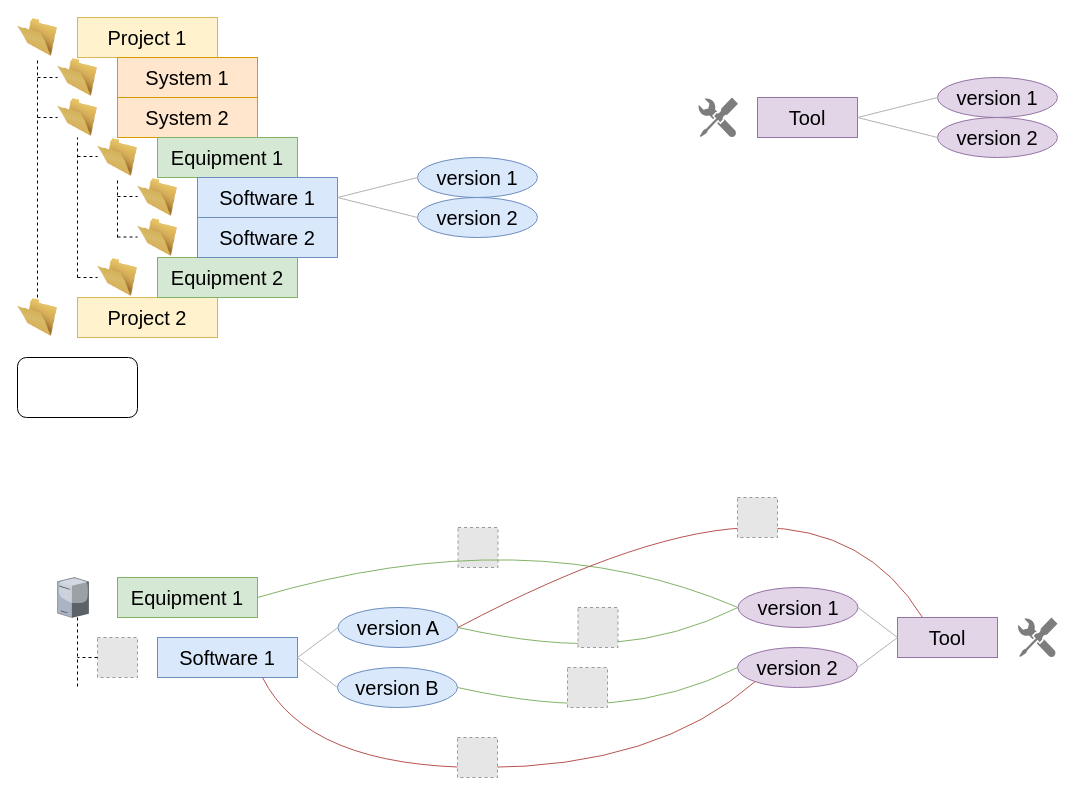
The draw.io diagram page "concepts" (9 of 9) of toolsDB.drawio in behej/toolsDB, before the edit. Source tidied: cells renumbered, new cells numbered last; positions are measured from the earlier drawing's top-left corner, leaving out a move shared by most shapes. Both pictures are drawn from the tidied source at 100%, with x=0, y=0 at pixel (17, 17). Pictures stored in the file or linked from it are replaced by grey dashed boxes.
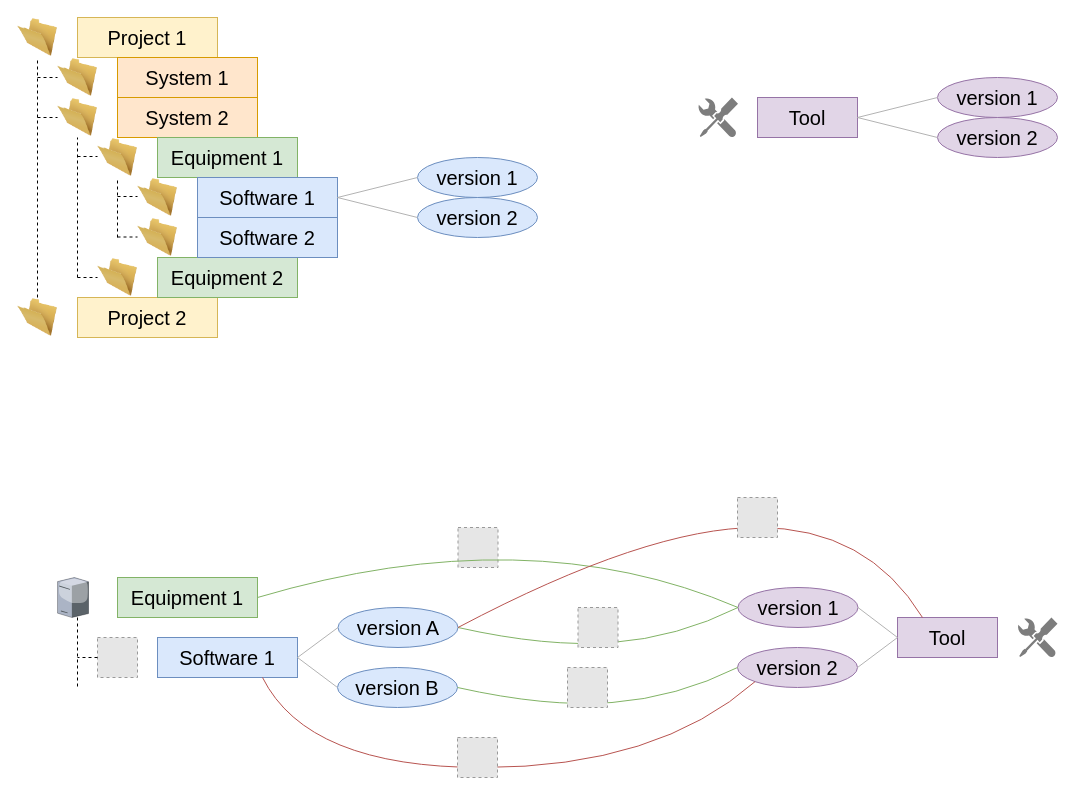
After the change.

Diff of the diagram source:
```diff
@@
-    <mxCell id="31" style="rounded=1;whiteSpace=wrap;html=1;fontSize=20;" parent="1" vertex="1">
-      <mxGeometry y="340" width="120" height="60" as="geometry" />
-    </mxCell>
```
